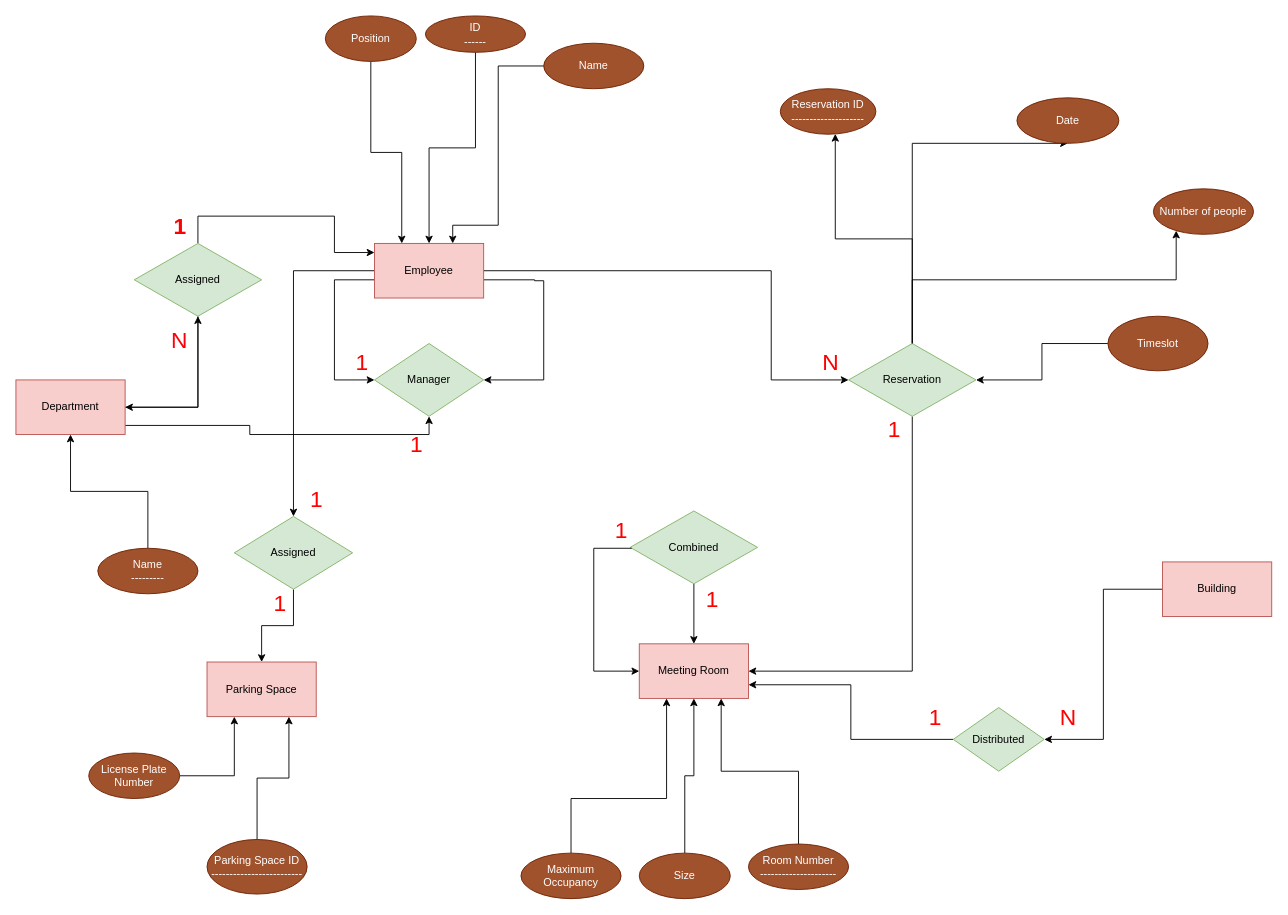
Above: RoomReservationSystem/Untitled Diagram.drawio in TarnNished/DataBase (draw.io), before the change. Source tidied: cells renumbered, new cells numbered last; positions are measured from the earlier drawing's top-left corner, leaving out a move shared by most shapes. Both pictures are drawn from the tidied source at 91%, with x=0, y=0 at pixel (15, 15).
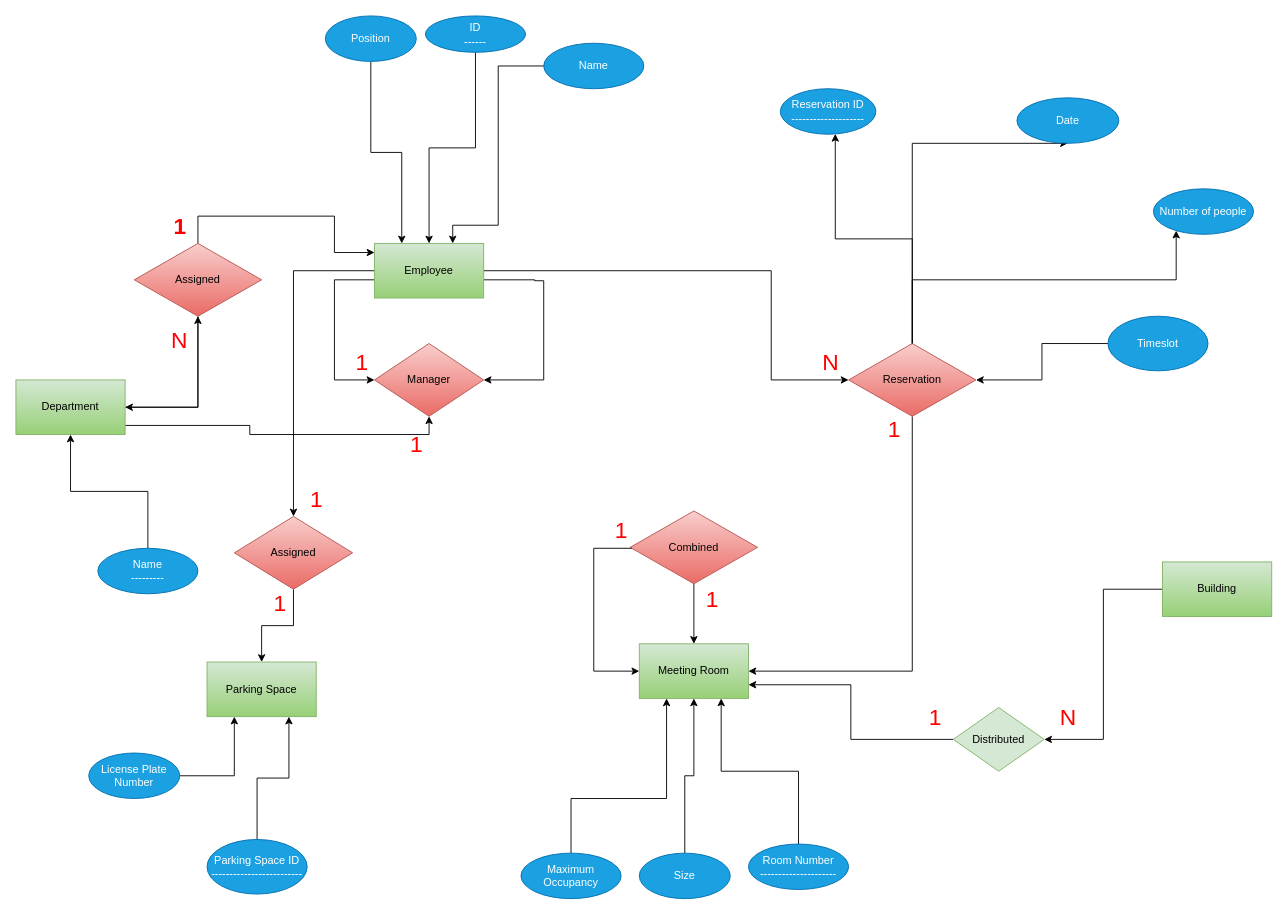
Above is the later version.

The edit, as a diff of the source:
```diff
@@
-    <mxCell id="6" value="Employee" style="rounded=0;whiteSpace=wrap;html=1;fillColor=#f8cecc;strokeColor=#b85450;" parent="1" vertex="1">
+    <mxCell id="6" value="Employee" style="rounded=0;whiteSpace=wrap;html=1;fillColor=#d5e8d4;strokeColor=#82b366;gradientColor=#97d077;" parent="1" vertex="1">
       <mxGeometry x="394" y="250" width="120" height="60" as="geometry" />
     </mxCell>
@@
-    <mxCell id="8" value="ID&lt;div&gt;------&lt;/div&gt;" style="ellipse;whiteSpace=wrap;html=1;fillColor=#a0522d;fontColor=#ffffff;strokeColor=#6D1F00;" parent="1" vertex="1">
+    <mxCell id="8" value="ID&lt;div&gt;------&lt;/div&gt;" style="ellipse;whiteSpace=wrap;html=1;fillColor=#1ba1e2;fontColor=#ffffff;strokeColor=#006EAF;" parent="1" vertex="1">
       <mxGeometry x="450" width="110" height="40" as="geometry" />
     </mxCell>
@@
-    <mxCell id="10" value="Name" style="ellipse;whiteSpace=wrap;html=1;fillColor=#a0522d;fontColor=#ffffff;strokeColor=#6D1F00;" parent="1" vertex="1">
+    <mxCell id="10" value="Name" style="ellipse;whiteSpace=wrap;html=1;fillColor=#1ba1e2;fontColor=#ffffff;strokeColor=#006EAF;" parent="1" vertex="1">
       <mxGeometry x="580" y="30" width="110" height="50" as="geometry" />
     </mxCell>
@@
-    <mxCell id="12" value="Position" style="ellipse;whiteSpace=wrap;html=1;fillColor=#a0522d;fontColor=#ffffff;strokeColor=#6D1F00;" parent="1" vertex="1">
+    <mxCell id="12" value="Position" style="ellipse;whiteSpace=wrap;html=1;fillColor=#1ba1e2;strokeColor=#006EAF;fontColor=#ffffff;" parent="1" vertex="1">
       <mxGeometry x="340" width="100" height="50" as="geometry" />
     </mxCell>
@@
-    <mxCell id="15" value="Department" style="rounded=0;whiteSpace=wrap;html=1;fillColor=#f8cecc;strokeColor=#b85450;" parent="1" vertex="1">
+    <mxCell id="15" value="Department" style="rounded=0;whiteSpace=wrap;html=1;fillColor=#d5e8d4;strokeColor=#82b366;gradientColor=#97d077;" parent="1" vertex="1">
       <mxGeometry y="400" width="120" height="60" as="geometry" />
     </mxCell>
@@
-    <mxCell id="17" value="Name&lt;div&gt;---------&lt;/div&gt;" style="ellipse;whiteSpace=wrap;html=1;fillColor=#a0522d;fontColor=#ffffff;strokeColor=#6D1F00;" parent="1" vertex="1">
+    <mxCell id="17" value="Name&lt;div&gt;---------&lt;/div&gt;" style="ellipse;whiteSpace=wrap;html=1;fillColor=#1ba1e2;fontColor=#ffffff;strokeColor=#006EAF;" parent="1" vertex="1">
       <mxGeometry x="90" y="585" width="110" height="50" as="geometry" />
     </mxCell>
@@
-    <mxCell id="20" value="Assigned" style="rhombus;whiteSpace=wrap;html=1;fillColor=#d5e8d4;strokeColor=#82b366;" parent="1" vertex="1">
+    <mxCell id="20" value="Assigned" style="rhombus;whiteSpace=wrap;html=1;fillColor=#f8cecc;strokeColor=#b85450;gradientColor=#ea6b66;" parent="1" vertex="1">
       <mxGeometry x="130" y="250" width="140" height="80" as="geometry" />
     </mxCell>
-    <mxCell id="21" value="Manager" style="rhombus;whiteSpace=wrap;html=1;fillColor=#d5e8d4;strokeColor=#82b366;" parent="1" vertex="1">
+    <mxCell id="21" value="Manager" style="rhombus;whiteSpace=wrap;html=1;fillColor=#f8cecc;strokeColor=#b85450;gradientColor=#ea6b66;" parent="1" vertex="1">
       <mxGeometry x="394" y="360" width="120" height="80" as="geometry" />
     </mxCell>
-    <mxCell id="22" value="Meeting Room" style="rounded=0;whiteSpace=wrap;html=1;fillColor=#f8cecc;strokeColor=#b85450;" parent="1" vertex="1">
+    <mxCell id="22" value="Meeting Room" style="rounded=0;whiteSpace=wrap;html=1;fillColor=#d5e8d4;strokeColor=#82b366;gradientColor=#97d077;" parent="1" vertex="1">
       <mxGeometry x="685" y="690" width="120" height="60" as="geometry" />
     </mxCell>
@@
-    <mxCell id="24" value="Room Number&lt;div&gt;---------------------&lt;/div&gt;" style="ellipse;whiteSpace=wrap;html=1;fillColor=#a0522d;fontColor=#ffffff;strokeColor=#6D1F00;" parent="1" vertex="1">
+    <mxCell id="24" value="Room Number&lt;div&gt;---------------------&lt;/div&gt;" style="ellipse;whiteSpace=wrap;html=1;fillColor=#1ba1e2;fontColor=#ffffff;strokeColor=#006EAF;" parent="1" vertex="1">
       <mxGeometry x="805" y="910" width="110" height="50" as="geometry" />
     </mxCell>
@@
-    <mxCell id="26" value="Size" style="ellipse;whiteSpace=wrap;html=1;fillColor=#a0522d;fontColor=#ffffff;strokeColor=#6D1F00;" parent="1" vertex="1">
+    <mxCell id="26" value="Size" style="ellipse;whiteSpace=wrap;html=1;fillColor=#1ba1e2;fontColor=#ffffff;strokeColor=#006EAF;" parent="1" vertex="1">
       <mxGeometry x="685" y="920" width="100" height="50" as="geometry" />
     </mxCell>
@@
-    <mxCell id="28" value="Maximum Occupancy" style="ellipse;whiteSpace=wrap;html=1;fillColor=#a0522d;fontColor=#ffffff;strokeColor=#6D1F00;" parent="1" vertex="1">
+    <mxCell id="28" value="Maximum Occupancy" style="ellipse;whiteSpace=wrap;html=1;fillColor=#1ba1e2;fontColor=#ffffff;strokeColor=#006EAF;" parent="1" vertex="1">
       <mxGeometry x="555" y="920" width="110" height="50" as="geometry" />
     </mxCell>
@@
-    <mxCell id="30" value="Combined" style="rhombus;whiteSpace=wrap;html=1;fillColor=#d5e8d4;strokeColor=#82b366;" parent="1" vertex="1">
+    <mxCell id="30" value="Combined" style="rhombus;whiteSpace=wrap;html=1;fillColor=#f8cecc;strokeColor=#b85450;gradientColor=#ea6b66;" parent="1" vertex="1">
       <mxGeometry x="675" y="544" width="140" height="80" as="geometry" />
     </mxCell>
@@
-    <mxCell id="33" value="Building" style="rounded=0;whiteSpace=wrap;html=1;fillColor=#f8cecc;strokeColor=#b85450;" parent="1" vertex="1">
+    <mxCell id="33" value="Building" style="rounded=0;whiteSpace=wrap;html=1;fillColor=#d5e8d4;strokeColor=#82b366;gradientColor=#97d077;" parent="1" vertex="1">
       <mxGeometry x="1260" y="600" width="120" height="60" as="geometry" />
     </mxCell>
@@
-    <mxCell id="37" value="Reservation" style="rhombus;whiteSpace=wrap;html=1;fillColor=#d5e8d4;strokeColor=#82b366;" parent="1" vertex="1">
+    <mxCell id="37" value="Reservation" style="rhombus;whiteSpace=wrap;html=1;fillColor=#f8cecc;strokeColor=#b85450;gradientColor=#ea6b66;" parent="1" vertex="1">
       <mxGeometry x="915" y="360" width="140" height="80" as="geometry" />
     </mxCell>
-    <mxCell id="38" value="Reservation ID&lt;div&gt;--------------------&lt;/div&gt;" style="ellipse;whiteSpace=wrap;html=1;fillColor=#a0522d;fontColor=#ffffff;strokeColor=#6D1F00;" parent="1" vertex="1">
+    <mxCell id="38" value="Reservation ID&lt;div&gt;--------------------&lt;/div&gt;" style="ellipse;whiteSpace=wrap;html=1;fillColor=#1ba1e2;fontColor=#ffffff;strokeColor=#006EAF;" parent="1" vertex="1">
       <mxGeometry x="840" y="80" width="105" height="50" as="geometry" />
     </mxCell>
-    <mxCell id="39" value="Date" style="ellipse;whiteSpace=wrap;html=1;fillColor=#a0522d;fontColor=#ffffff;strokeColor=#6D1F00;" parent="1" vertex="1">
+    <mxCell id="39" value="Date" style="ellipse;whiteSpace=wrap;html=1;fillColor=#1ba1e2;fontColor=#ffffff;strokeColor=#006EAF;" parent="1" vertex="1">
       <mxGeometry x="1100" y="90" width="112" height="50" as="geometry" />
     </mxCell>
-    <mxCell id="40" value="Number of people" style="ellipse;whiteSpace=wrap;html=1;fillColor=#a0522d;fontColor=#ffffff;strokeColor=#6D1F00;" parent="1" vertex="1">
+    <mxCell id="40" value="Number of people" style="ellipse;whiteSpace=wrap;html=1;fillColor=#1ba1e2;fontColor=#ffffff;strokeColor=#006EAF;" parent="1" vertex="1">
       <mxGeometry x="1250" y="190" width="110" height="50" as="geometry" />
     </mxCell>
@@
-    <mxCell id="44" value="Parking Space" style="rounded=0;whiteSpace=wrap;html=1;fillColor=#f8cecc;strokeColor=#b85450;" parent="1" vertex="1">
+    <mxCell id="44" value="Parking Space" style="rounded=0;whiteSpace=wrap;html=1;fillColor=#d5e8d4;strokeColor=#82b366;gradientColor=#97d077;" parent="1" vertex="1">
       <mxGeometry x="210" y="710" width="120" height="60" as="geometry" />
     </mxCell>
@@
-    <mxCell id="46" value="Parking Space ID&lt;div&gt;-------------------------&lt;/div&gt;" style="ellipse;whiteSpace=wrap;html=1;fillColor=#a0522d;fontColor=#ffffff;strokeColor=#6D1F00;" parent="1" vertex="1">
+    <mxCell id="46" value="Parking Space ID&lt;div&gt;-------------------------&lt;/div&gt;" style="ellipse;whiteSpace=wrap;html=1;fillColor=#1ba1e2;fontColor=#ffffff;strokeColor=#006EAF;" parent="1" vertex="1">
       <mxGeometry x="210" y="905" width="110" height="60" as="geometry" />
     </mxCell>
@@
-    <mxCell id="48" value="License Plate Number" style="ellipse;whiteSpace=wrap;html=1;fillColor=#a0522d;fontColor=#ffffff;strokeColor=#6D1F00;" parent="1" vertex="1">
+    <mxCell id="48" value="License Plate Number" style="ellipse;whiteSpace=wrap;html=1;fillColor=#1ba1e2;fontColor=#ffffff;strokeColor=#006EAF;" parent="1" vertex="1">
       <mxGeometry x="80" y="810" width="100" height="50" as="geometry" />
     </mxCell>
@@
-    <mxCell id="50" value="Timeslot" style="ellipse;whiteSpace=wrap;html=1;fillColor=#a0522d;fontColor=#ffffff;strokeColor=#6D1F00;" parent="1" vertex="1">
+    <mxCell id="50" value="Timeslot" style="ellipse;whiteSpace=wrap;html=1;fillColor=#1ba1e2;fontColor=#ffffff;strokeColor=#006EAF;" parent="1" vertex="1">
       <mxGeometry x="1200" y="330" width="110" height="60" as="geometry" />
     </mxCell>
@@
-    <mxCell id="52" value="Assigned" style="rhombus;whiteSpace=wrap;html=1;fillColor=#d5e8d4;strokeColor=#82b366;" parent="1" vertex="1">
+    <mxCell id="52" value="Assigned" style="rhombus;whiteSpace=wrap;html=1;fillColor=#f8cecc;strokeColor=#b85450;gradientColor=#ea6b66;" parent="1" vertex="1">
       <mxGeometry x="240" y="550" width="130" height="80" as="geometry" />
     </mxCell>
```
